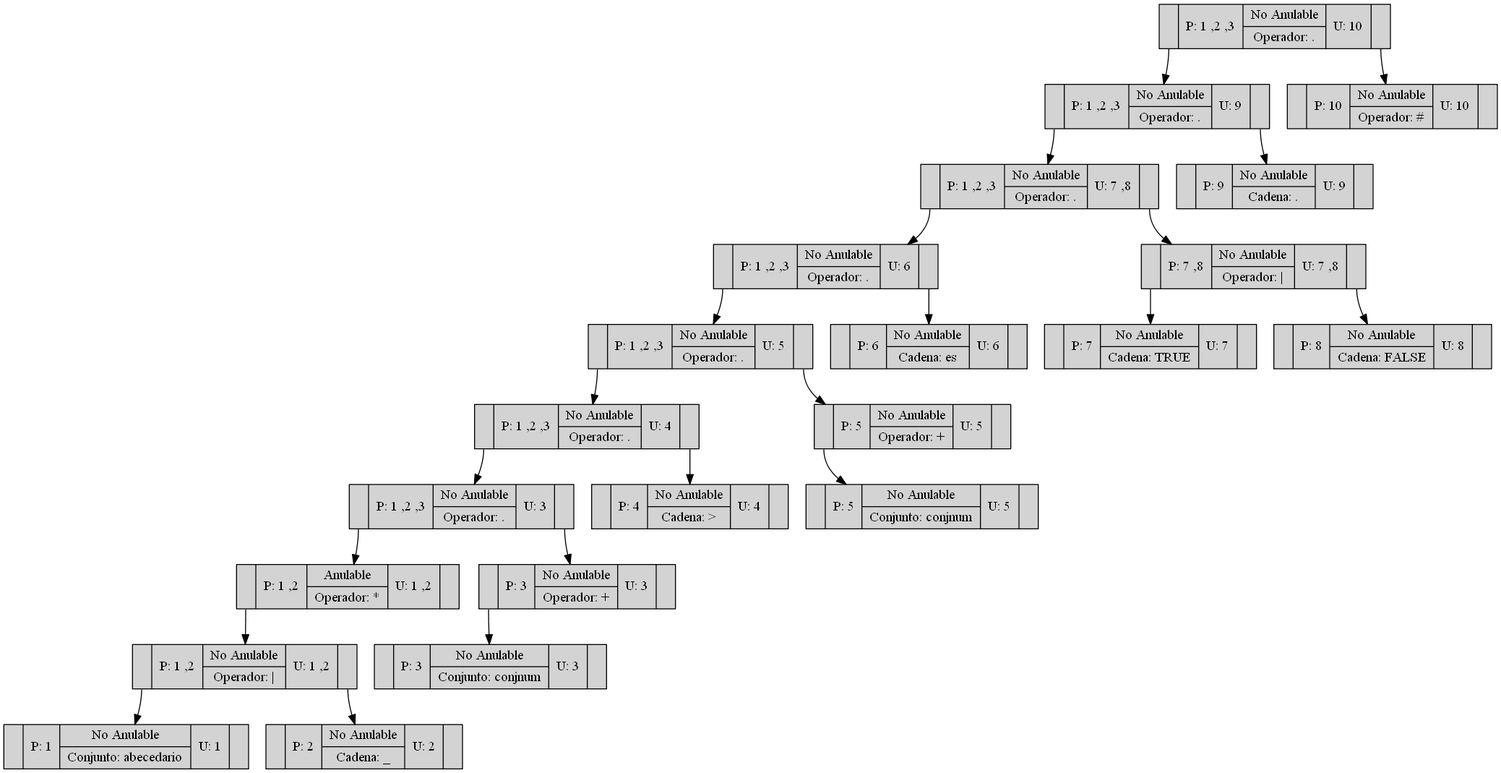
Before: OLC1_Practica1_201701133/Arbol2.png, a diagram exported from Graphviz (SelvinLP/-OLC1-Practica1_201701133). Its source is kept beside it as OLC1_Practica1_201701133/Arbol2.dot.
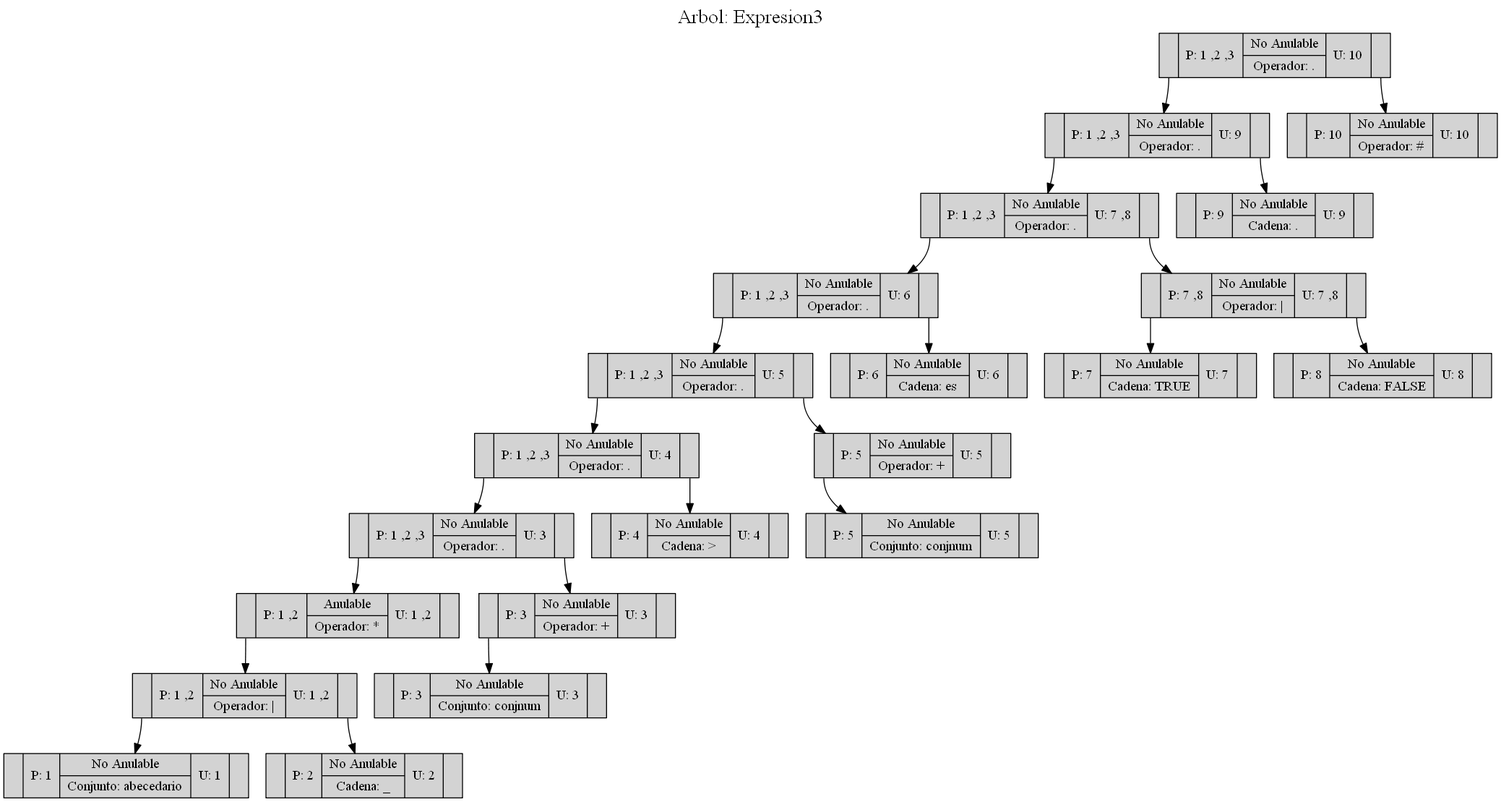
After the change.

What changed in the source:
```diff
@@ -1,5 +1,5 @@
 digraph ARBOL {
-rankdir=TB
+graph [label="Arbol: Expresion3", labelloc=t, fontsize=20]; rankdir=TB
 node[shape=record,style=filled]
 "0"[label ="<C0>|P: 1 ,2 ,3|{<C1>No Anulable|Operador: \.}|U: 10|<C2>"];
 "2"[label ="<C0>|P: 1 ,2 ,3|{<C1>No Anulable|Operador: \.}|U: 9|<C2>"];
```
